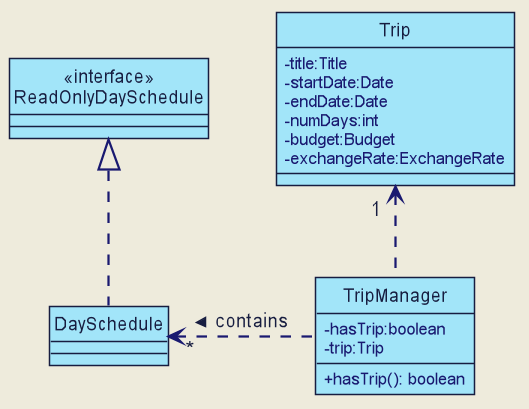
Above: docs/images/developer-guide/trip/TripClassDiagram.png in zenatrick/main (PlantUML), before the change.
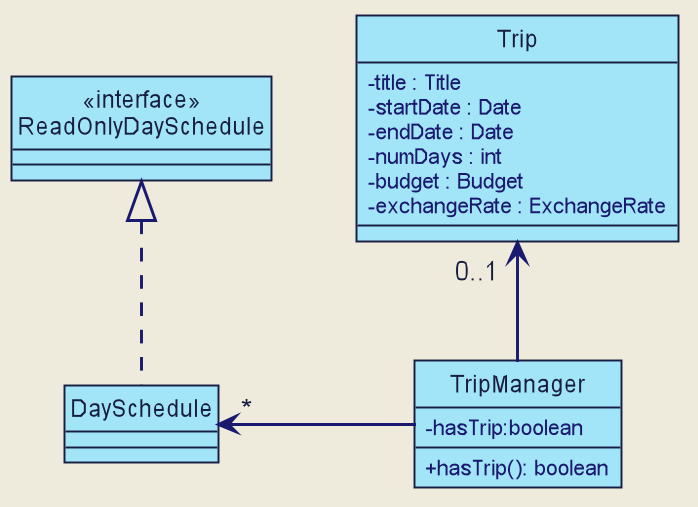
After the change.

Commit message:
Update Class Diagram of Trip Manager in DG

Change to the diagram source:
```diff
@@ -102,28 +102,22 @@
 hide footbox
 hide circle
 
-class ReadOnlyDaySchedule <<interface>>
+Class ReadOnlyDaySchedule <<interface>>
+Class TripManager {
+    - hasTrip:boolean
+    + hasTrip(): boolean
+}
+Class Trip {
+    - title : Title
+    - startDate : Date
+    - endDate : Date
+    - numDays : int
+    - budget : Budget
+    - exchangeRate : ExchangeRate
+}
 
-
-Trip "1  "<.. TripManager
-DaySchedule" *   " <.left. TripManager : contains <
+Trip "0..1  "<-- TripManager
+DaySchedule " * " <-left TripManager : "                "
 ReadOnlyDaySchedule <|.. DaySchedule
 
-class TripManager {
-    - hasTrip:boolean
-    - trip:Trip
-    + hasTrip(): boolean
-}
-
-class Trip {
-    - title:Title
-    - startDate:Date
-    - endDate:Date
-    - numDays:int
-    - budget:Budget
-    - exchangeRate:ExchangeRate
-}
-
-show members
-
 @enduml
```
